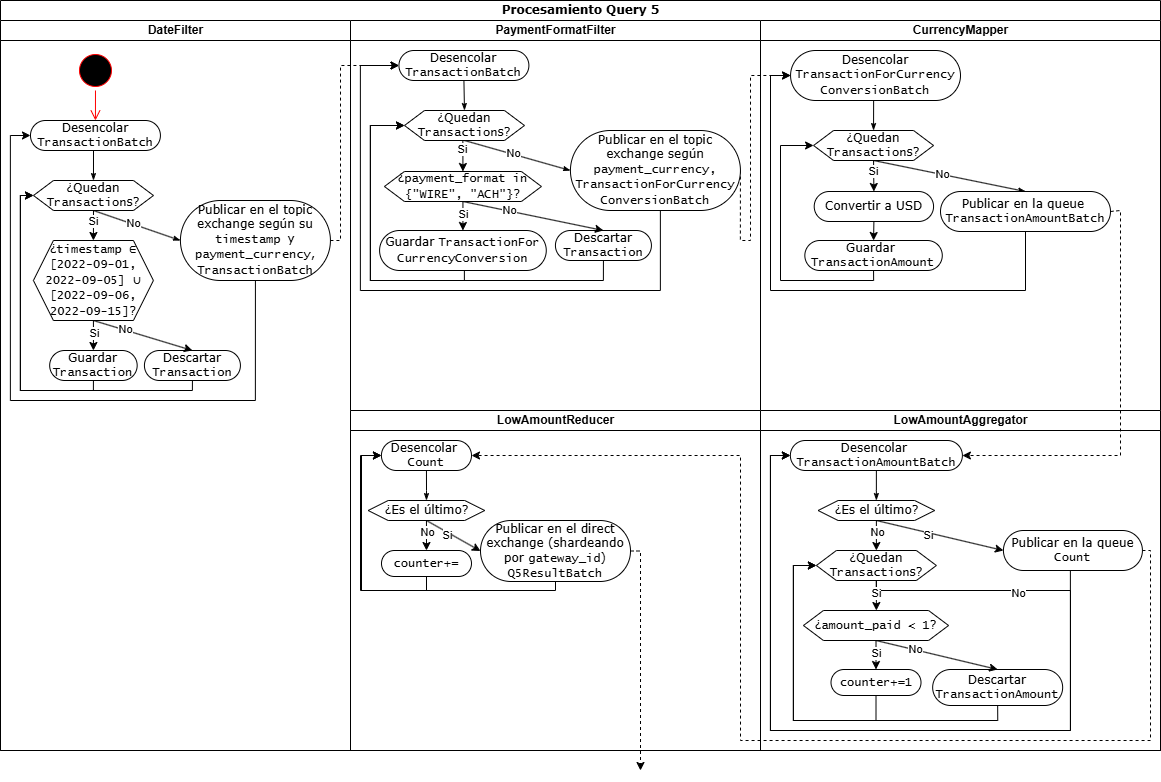
Earlier version of the draw.io export docs/diagramas/diagrama_actividades_q5.png (LucianaLarrosa/tp-distribuidos-moneylaundering). Source tidied: cells renumbered, new cells last; positions are measured from the earlier drawing's top-left corner, leaving out a move shared by most shapes.
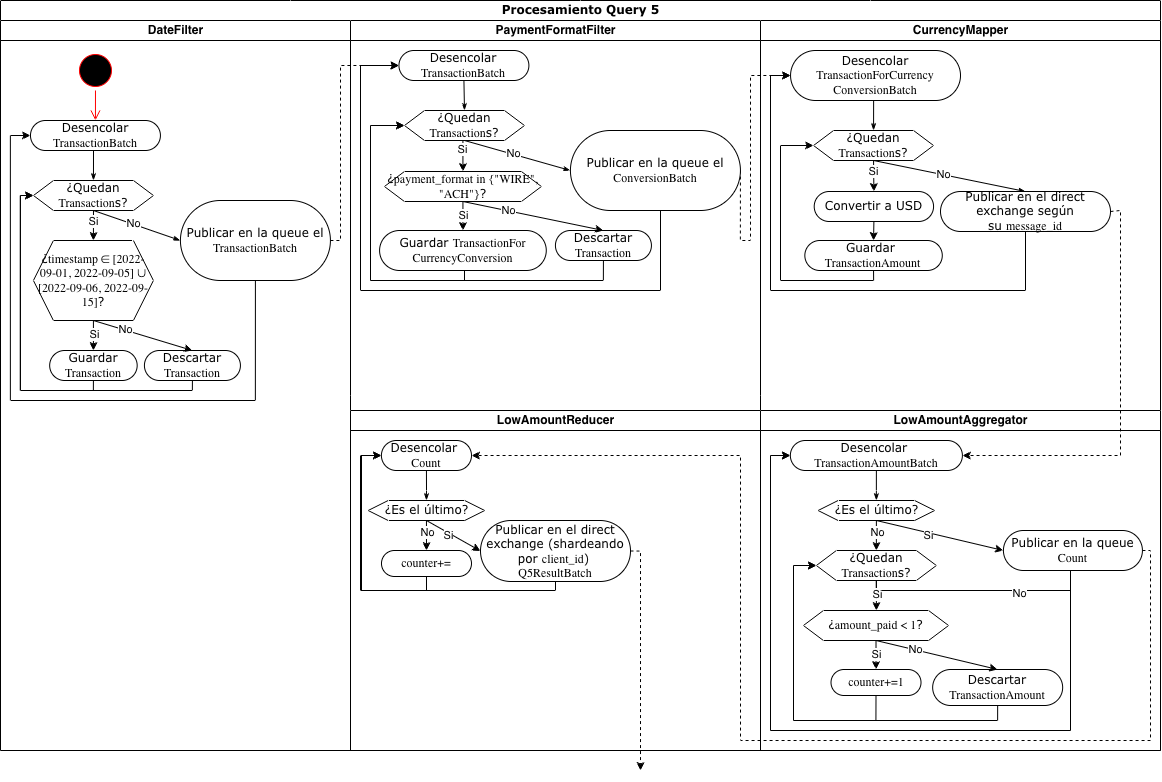
Later version of the same file.

The edit, as a diff of the source:
```diff
@@ -35,7 +35,7 @@
         </Array>
       </mxGeometry>
     </mxCell>
-    <mxCell id="9" value="Publicar en el topic exchange según su &lt;span style=&quot;font-family: &amp;quot;Lucida Console&amp;quot;;&quot;&gt;timestamp &lt;/span&gt;y &lt;font face=&quot;Lucida Console&quot;&gt;payment_currency&lt;/font&gt;&lt;font face=&quot;Verdana&quot;&gt;,&lt;/font&gt;&lt;div&gt;&lt;font face=&quot;Lucida Console&quot;&gt;TransactionBatch&lt;/font&gt;&lt;/div&gt;" style="rounded=1;whiteSpace=wrap;html=1;shadow=0;comic=0;labelBackgroundColor=none;strokeWidth=1;fontFamily=Verdana;fontSize=12;align=center;arcSize=50;" parent="3" vertex="1">
+    <mxCell id="9" value="Publicar en la queue el&lt;div&gt;&lt;font face=&quot;Lucida Console&quot;&gt;TransactionBatch&lt;/font&gt;&lt;/div&gt;" style="rounded=1;whiteSpace=wrap;html=1;shadow=0;comic=0;labelBackgroundColor=none;strokeWidth=1;fontFamily=Verdana;fontSize=12;align=center;arcSize=50;" parent="3" vertex="1">
       <mxGeometry x="179.9" y="180" width="150" height="80" as="geometry" />
     </mxCell>
     <mxCell id="10" value="Desencolar &lt;font face=&quot;Lucida Console&quot;&gt;TransactionBatch&lt;/font&gt;" style="rounded=1;whiteSpace=wrap;html=1;shadow=0;comic=0;labelBackgroundColor=none;strokeWidth=1;fontFamily=Verdana;fontSize=12;align=center;arcSize=50;" parent="3" vertex="1">
@@ -153,7 +153,7 @@
         </Array>
       </mxGeometry>
     </mxCell>
-    <mxCell id="34" value="Publicar en el topic exchange según &lt;font face=&quot;Lucida Console&quot;&gt;payment_currency, TransactionFor&lt;/font&gt;&lt;span style=&quot;font-family: &amp;quot;Lucida Console&amp;quot;; background-color: transparent; color: light-dark(rgb(0, 0, 0), rgb(255, 255, 255));&quot;&gt;Currency&lt;/span&gt;&lt;div&gt;&lt;span style=&quot;font-family: &amp;quot;Lucida Console&amp;quot;; background-color: transparent; color: light-dark(rgb(0, 0, 0), rgb(255, 255, 255));&quot;&gt;ConversionBatch&lt;/span&gt;&lt;/div&gt;" style="rounded=1;whiteSpace=wrap;html=1;shadow=0;comic=0;labelBackgroundColor=none;strokeWidth=1;fontFamily=Verdana;fontSize=12;align=center;arcSize=50;" parent="27" vertex="1">
+    <mxCell id="34" value="Publicar en la queue el&lt;div&gt;&lt;span style=&quot;font-family: &amp;quot;Lucida Console&amp;quot;; background-color: transparent; color: light-dark(rgb(0, 0, 0), rgb(255, 255, 255));&quot;&gt;ConversionBatch&lt;/span&gt;&lt;/div&gt;" style="rounded=1;whiteSpace=wrap;html=1;shadow=0;comic=0;labelBackgroundColor=none;strokeWidth=1;fontFamily=Verdana;fontSize=12;align=center;arcSize=50;" parent="27" vertex="1">
       <mxGeometry x="219.9" y="110" width="170" height="80" as="geometry" />
     </mxCell>
     <mxCell id="35" value="Desencolar &lt;font face=&quot;Lucida Console&quot;&gt;TransactionBatch&lt;/font&gt;" style="rounded=1;whiteSpace=wrap;html=1;shadow=0;comic=0;labelBackgroundColor=none;strokeWidth=1;fontFamily=Verdana;fontSize=12;align=center;arcSize=50;" parent="27" vertex="1">
@@ -260,7 +260,7 @@
     <mxCell id="58" value="&lt;span style=&quot;font-family: &amp;quot;Lucida Console&amp;quot;;&quot;&gt;counter+=&lt;/span&gt;" style="rounded=1;whiteSpace=wrap;html=1;shadow=0;comic=0;labelBackgroundColor=none;strokeWidth=1;fontFamily=Verdana;fontSize=12;align=center;arcSize=50;" parent="47" vertex="1">
       <mxGeometry x="31" y="140" width="90" height="26" as="geometry" />
     </mxCell>
-    <mxCell id="59" value="Publicar en el direct exchange (shardeando por&amp;nbsp;&lt;font face=&quot;Lucida Console&quot;&gt;gateway_id&lt;/font&gt;&lt;font face=&quot;Verdana&quot;&gt;)&lt;/font&gt;&lt;font face=&quot;Lucida Console&quot;&gt; Q5ResultBatch&lt;/font&gt;" style="rounded=1;whiteSpace=wrap;html=1;shadow=0;comic=0;labelBackgroundColor=none;strokeWidth=1;fontFamily=Verdana;fontSize=12;align=center;arcSize=50;" parent="47" vertex="1">
+    <mxCell id="59" value="Publicar en el direct exchange (shardeando por &lt;font face=&quot;Lucida Console&quot;&gt;client_id&lt;/font&gt;&lt;font face=&quot;Verdana&quot;&gt;)&lt;/font&gt;&lt;font face=&quot;Lucida Console&quot;&gt;&amp;nbsp;&lt;/font&gt;&lt;div&gt;&lt;font face=&quot;Lucida Console&quot;&gt;Q5ResultBatch&lt;/font&gt;&lt;/div&gt;" style="rounded=1;whiteSpace=wrap;html=1;shadow=0;comic=0;labelBackgroundColor=none;strokeWidth=1;fontFamily=Verdana;fontSize=12;align=center;arcSize=50;" parent="47" vertex="1">
       <mxGeometry x="130" y="110" width="150" height="61" as="geometry" />
     </mxCell>
     <mxCell id="60" value="CurrencyMapper" style="swimlane;html=1;startSize=20;" parent="2" vertex="1">
@@ -290,7 +290,7 @@
         </Array>
       </mxGeometry>
     </mxCell>
-    <mxCell id="65" value="Publicar en la queue&amp;nbsp;&lt;div&gt;&lt;font face=&quot;Lucida Console&quot;&gt;TransactionAmountBatch&lt;/font&gt;&lt;/div&gt;" style="rounded=1;whiteSpace=wrap;html=1;shadow=0;comic=0;labelBackgroundColor=none;strokeWidth=1;fontFamily=Verdana;fontSize=12;align=center;arcSize=50;" parent="60" vertex="1">
+    <mxCell id="65" value="Publicar en el direct exchange según su&amp;nbsp;&lt;font face=&quot;Lucida Console&quot;&gt;message_id&lt;/font&gt;" style="rounded=1;whiteSpace=wrap;html=1;shadow=0;comic=0;labelBackgroundColor=none;strokeWidth=1;fontFamily=Verdana;fontSize=12;align=center;arcSize=50;" parent="60" vertex="1">
       <mxGeometry x="180" y="171" width="170" height="40" as="geometry" />
     </mxCell>
     <mxCell id="66" value="Desencolar&lt;div&gt;&lt;font face=&quot;Lucida Console&quot;&gt;TransactionFor&lt;/font&gt;&lt;span style=&quot;color: light-dark(rgb(0, 0, 0), rgb(255, 255, 255)); background-color: transparent; font-family: &amp;quot;Lucida Console&amp;quot;;&quot;&gt;Currency&lt;/span&gt;&lt;div&gt;&lt;span style=&quot;font-family: &amp;quot;Lucida Console&amp;quot;; background-color: transparent; color: light-dark(rgb(0, 0, 0), rgb(255, 255, 255));&quot;&gt;ConversionBatch&lt;/span&gt;&lt;/div&gt;&lt;/div&gt;" style="rounded=1;whiteSpace=wrap;html=1;shadow=0;comic=0;labelBackgroundColor=none;strokeWidth=1;fontFamily=Verdana;fontSize=12;align=center;arcSize=50;" parent="60" vertex="1">
```
